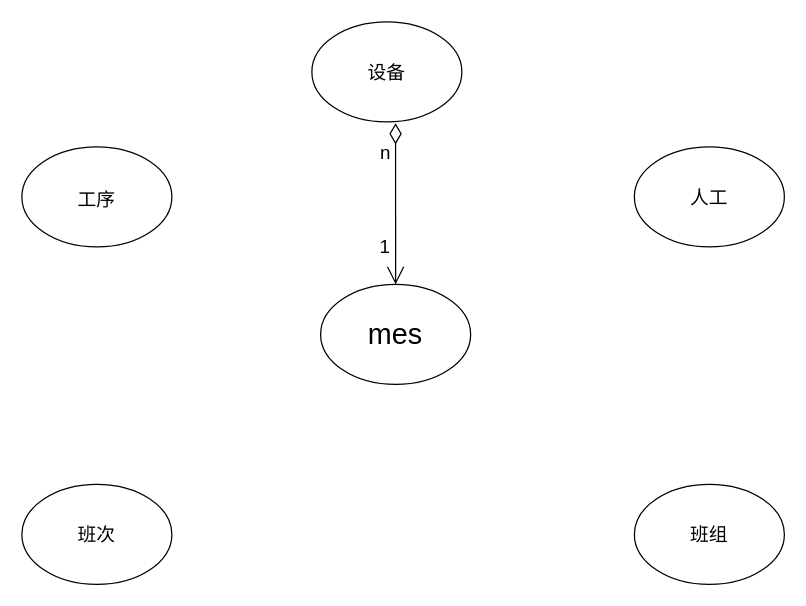
Before: 关联关系.drawio in KNAI-I/test, a draw.io diagram. Source tidied: cells renumbered, new cells numbered last; positions are measured from the earlier drawing's top-left corner, leaving out a move shared by most shapes. Both pictures are drawn from the tidied source at 125%, with x=0, y=0 at pixel (21, 21).
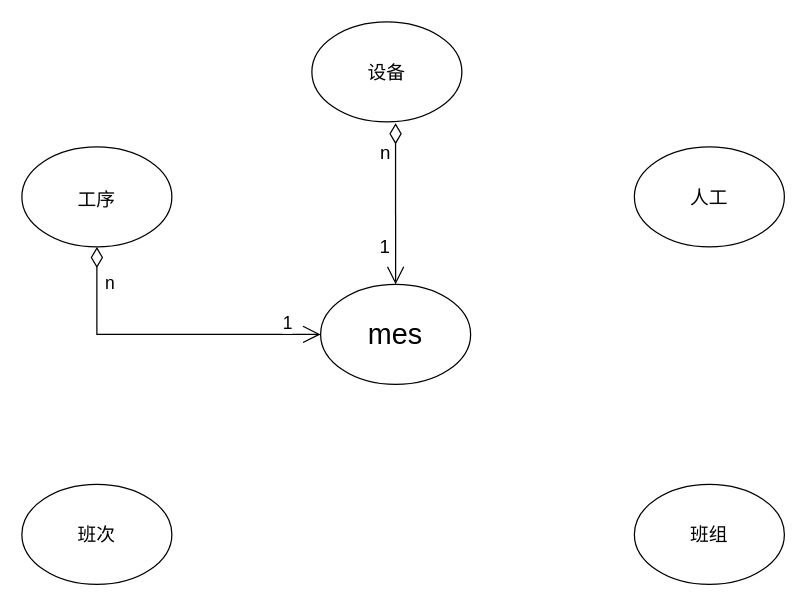
The same diagram, later.

Commit message (it also covers changes not shown here):
更新关联关系.drawio

What changed in the source:
```diff
@@
 <mxGraphModel>
   <root>
     <mxCell id="0" />
     <mxCell id="1" parent="0" />
     <mxCell id="2" value="&lt;font style=&quot;font-size: 23px;&quot;&gt;mes&lt;/font&gt;" style="ellipse;whiteSpace=wrap;html=1;" parent="1" vertex="1">
       <mxGeometry x="239" y="210" width="120" height="80" as="geometry" />
     </mxCell>
     <mxCell id="3" value="&lt;font style=&quot;font-size: 15px;&quot;&gt;工序&lt;/font&gt;" style="ellipse;whiteSpace=wrap;html=1;fontSize=23;" parent="1" vertex="1">
       <mxGeometry y="100" width="120" height="80" as="geometry" />
     </mxCell>
     <mxCell id="4" value="班次" style="ellipse;whiteSpace=wrap;html=1;fontSize=15;" parent="1" vertex="1">
       <mxGeometry y="370" width="120" height="80" as="geometry" />
     </mxCell>
     <mxCell id="5" value="班组" style="ellipse;whiteSpace=wrap;html=1;fontSize=15;" parent="1" vertex="1">
       <mxGeometry x="490" y="370" width="120" height="80" as="geometry" />
     </mxCell>
     <mxCell id="6" value="人工" style="ellipse;whiteSpace=wrap;html=1;fontSize=15;" parent="1" vertex="1">
       <mxGeometry x="490" y="100" width="120" height="80" as="geometry" />
     </mxCell>
     <mxCell id="7" value="设备" style="ellipse;whiteSpace=wrap;html=1;fontSize=15;" parent="1" vertex="1">
       <mxGeometry x="232" width="120" height="80" as="geometry" />
     </mxCell>
     <mxCell id="8" style="endArrow=open;html=1;endSize=12;startArrow=diamondThin;startSize=14;startFill=0;edgeStyle=orthogonalEdgeStyle;rounded=0;fontSize=15;exitX=0.558;exitY=1.013;exitDx=0;exitDy=0;exitPerimeter=0;entryX=0.5;entryY=0;entryDx=0;entryDy=0;" parent="1" edge="1" source="7" target="2">
       <mxGeometry relative="1" as="geometry" />
     </mxCell>
     <mxCell id="9" value="n" style="edgeLabel;html=1;align=left;verticalAlign=top;fontSize=15;" parent="8" vertex="1">
       <mxGeometry x="-1" relative="1" as="geometry">
         <mxPoint x="-14" y="8" as="offset" />
       </mxGeometry>
     </mxCell>
     <mxCell id="10" value="1" style="edgeLabel;html=1;align=right;verticalAlign=top;fontSize=15;" parent="8" vertex="1">
       <mxGeometry x="1" relative="1" as="geometry">
         <mxPoint x="-4" y="-46" as="offset" />
       </mxGeometry>
     </mxCell>
+    <mxCell id="11" style="endArrow=open;html=1;endSize=12;startArrow=diamondThin;startSize=14;startFill=0;edgeStyle=orthogonalEdgeStyle;rounded=0;exitX=0.5;exitY=1;exitDx=0;exitDy=0;entryX=0;entryY=0.5;entryDx=0;entryDy=0;" parent="1" edge="1" source="3" target="2">
+      <mxGeometry relative="1" as="geometry" />
+    </mxCell>
+    <mxCell id="12" value="&lt;font style=&quot;font-size: 14px;&quot;&gt;n&lt;/font&gt;" style="edgeLabel;html=1;align=left;verticalAlign=top;" parent="11" vertex="1">
+      <mxGeometry x="-1" relative="1" as="geometry">
+        <mxPoint x="5" y="14" as="offset" />
+      </mxGeometry>
+    </mxCell>
+    <mxCell id="13" value="&lt;font style=&quot;font-size: 14px;&quot;&gt;1&lt;/font&gt;" style="edgeLabel;html=1;align=right;verticalAlign=top;" parent="11" vertex="1">
+      <mxGeometry x="1" relative="1" as="geometry">
+        <mxPoint x="-22" y="-24" as="offset" />
+      </mxGeometry>
+    </mxCell>
   </root>
 </mxGraphModel>
```
